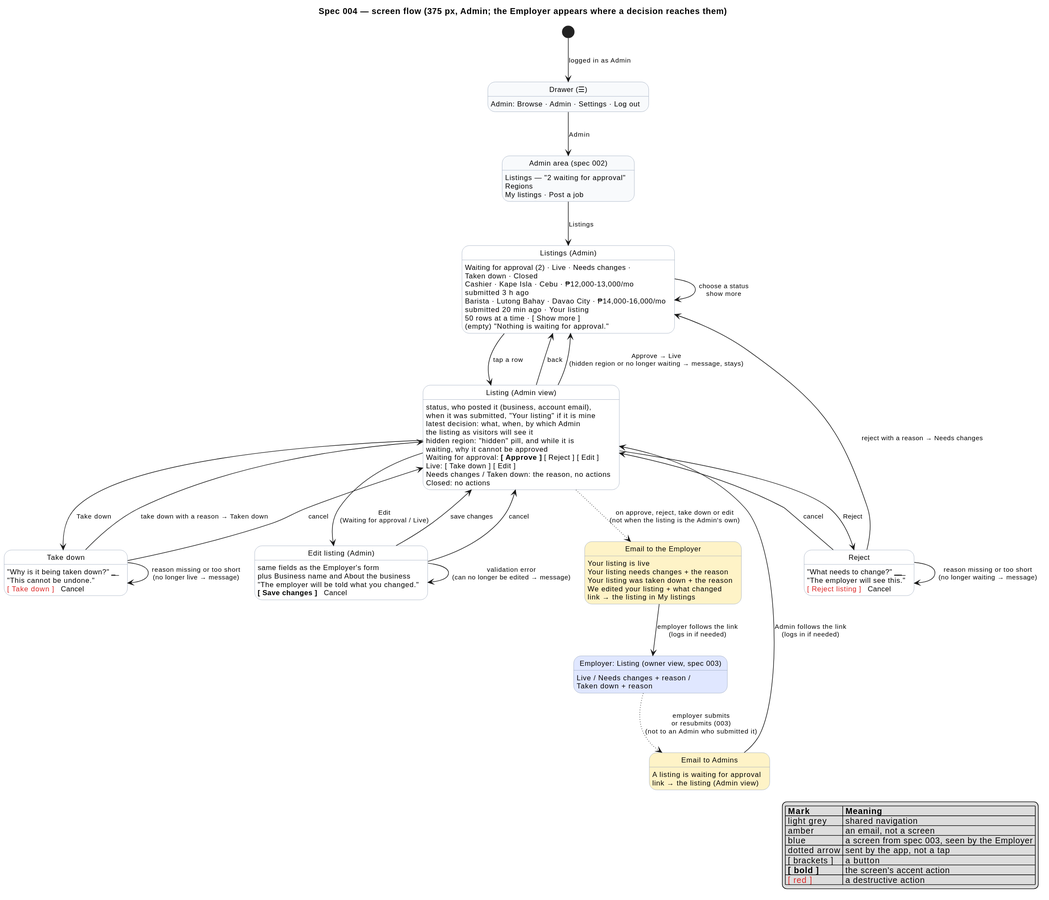
Before: docs/specs/004-listings-admin-moderation/diagrams/screenflow-moderation.svg, a diagram exported from PlantUML (raseniero/jairojobs-elixir).
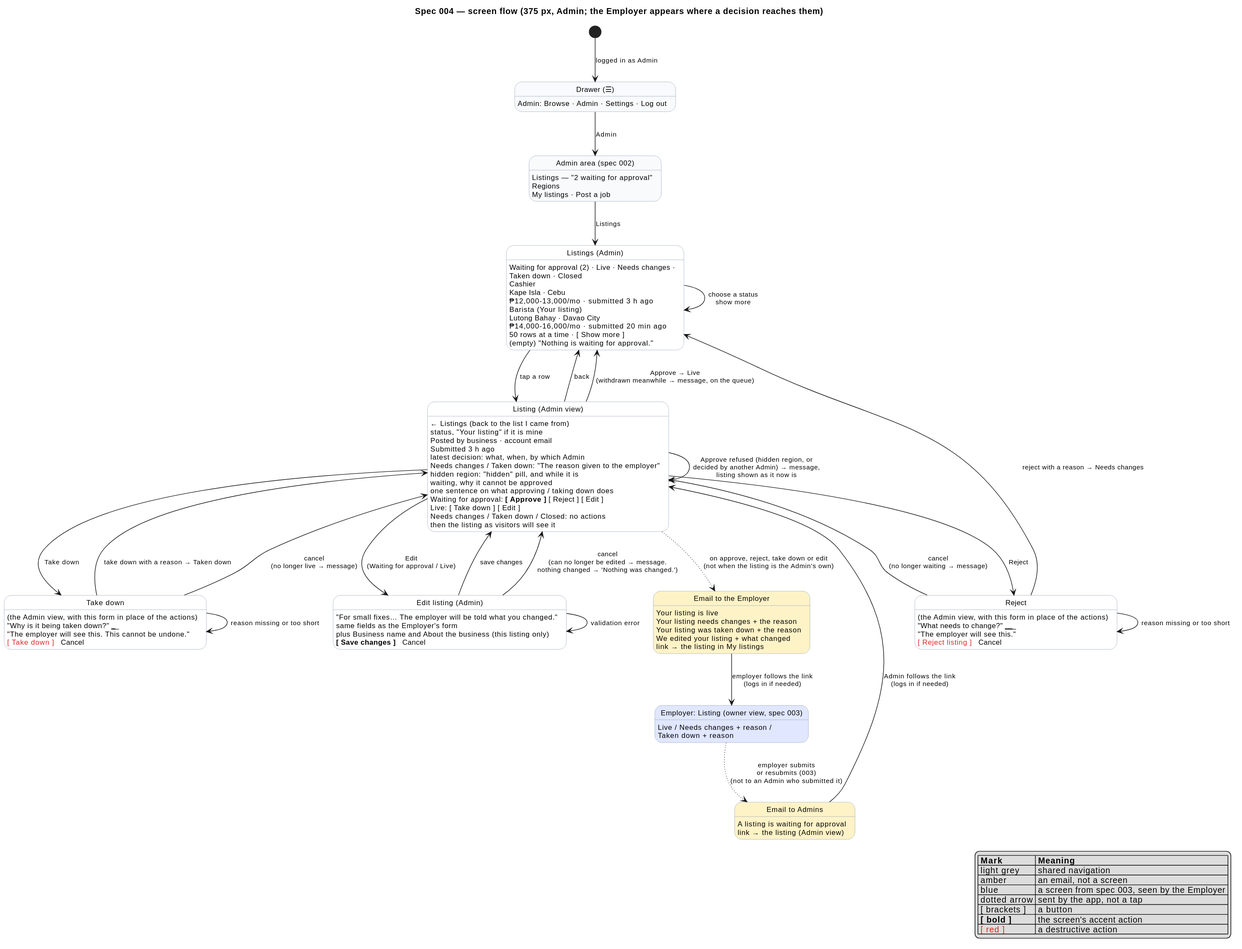
The same diagram one commit later.

The edit, as a diff of the source:
```diff
@@ -24,39 +24,46 @@
 state "Listings (Admin)" as Listings
 Listings : Waiting for approval (2) · Live · Needs changes ·
 Listings : Taken down · Closed
-Listings : Cashier · Kape Isla · Cebu · ₱12,000-13,000/mo
-Listings : submitted 3 h ago
-Listings : Barista · Lutong Bahay · Davao City · ₱14,000-16,000/mo
-Listings : submitted 20 min ago · Your listing
+Listings : Cashier
+Listings : Kape Isla · Cebu
+Listings : ₱12,000-13,000/mo · submitted 3 h ago
+Listings : Barista  (Your listing)
+Listings : Lutong Bahay · Davao City
+Listings : ₱14,000-16,000/mo · submitted 20 min ago
 Listings : 50 rows at a time · [ Show more ]
 Listings : (empty) "Nothing is waiting for approval."
 
 state "Listing (Admin view)" as Review
-Review : status, who posted it (business, account email),
-Review : when it was submitted, "Your listing" if it is mine
+Review : ← Listings (back to the list I came from)
+Review : status, "Your listing" if it is mine
+Review : Posted by business · account email
+Review : Submitted 3 h ago
 Review : latest decision: what, when, by which Admin
-Review : the listing as visitors will see it
+Review : Needs changes / Taken down: "The reason given to the employer"
 Review : hidden region: "hidden" pill, and while it is
 Review : waiting, why it cannot be approved
+Review : one sentence on what approving / taking down does
 Review : Waiting for approval: **[ Approve ]** [ Reject ] [ Edit ]
 Review : Live: [ Take down ] [ Edit ]
-Review : Needs changes / Taken down: the reason, no actions
-Review : Closed: no actions
+Review : Needs changes / Taken down / Closed: no actions
+Review : then the listing as visitors will see it
 
 state "Reject" as Reject
+Reject : (the Admin view, with this form in place of the actions)
 Reject : "What needs to change?" ___________
 Reject : "The employer will see this."
 Reject : <color:#dc2626>[ Reject listing ]</color>   Cancel
 
 state "Take down" as TakeDown
+TakeDown : (the Admin view, with this form in place of the actions)
 TakeDown : "Why is it being taken down?" ______
-TakeDown : "This cannot be undone."
+TakeDown : "The employer will see this. This cannot be undone."
 TakeDown : <color:#dc2626>[ Take down ]</color>   Cancel
 
 state "Edit listing (Admin)" as Edit
+Edit : "For small fixes… The employer will be told what you changed."
 Edit : same fields as the Employer's form
-Edit : plus Business name and About the business
-Edit : "The employer will be told what you changed."
+Edit : plus Business name and About the business (this listing only)
 Edit : **[ Save changes ]**   Cancel
 
 state "Email to the Employer" as MailEmployer <<email>>
@@ -80,19 +87,20 @@
 Listings --> Listings : choose a status\nshow more
 Listings --> Review : tap a row
 Review --> Listings : back
-Review --> Listings : Approve → Live\n(hidden region or no longer waiting → message, stays)
+Review --> Review : Approve refused (hidden region, or\ndecided by another Admin) → message,\nlisting shown as it now is
+Review --> Listings : Approve → Live\n(withdrawn meanwhile → message, on the queue)
 Review --> Reject : Reject
 Reject --> Listings : reject with a reason → Needs changes
-Reject --> Reject : reason missing or too short\n(no longer waiting → message)
-Reject --> Review : cancel
+Reject --> Reject : reason missing or too short
+Reject --> Review : cancel\n(no longer waiting → message)
 Review --> TakeDown : Take down
 TakeDown --> Review : take down with a reason → Taken down
-TakeDown --> TakeDown : reason missing or too short\n(no longer live → message)
-TakeDown --> Review : cancel
+TakeDown --> TakeDown : reason missing or too short
+TakeDown --> Review : cancel\n(no longer live → message)
 Review --> Edit : Edit\n(Waiting for approval / Live)
 Edit --> Review : save changes
-Edit --> Edit : validation error\n(can no longer be edited → message)
-Edit --> Review : cancel
+Edit --> Edit : validation error
+Edit --> Review : cancel\n(can no longer be edited → message.\nnothing changed → 'Nothing was changed.')
 
 Review -[dotted]-> MailEmployer : on approve, reject, take down or edit\n(not when the listing is the Admin's own)
 MailEmployer --> Owner : employer follows the link\n(logs in if needed)
```
